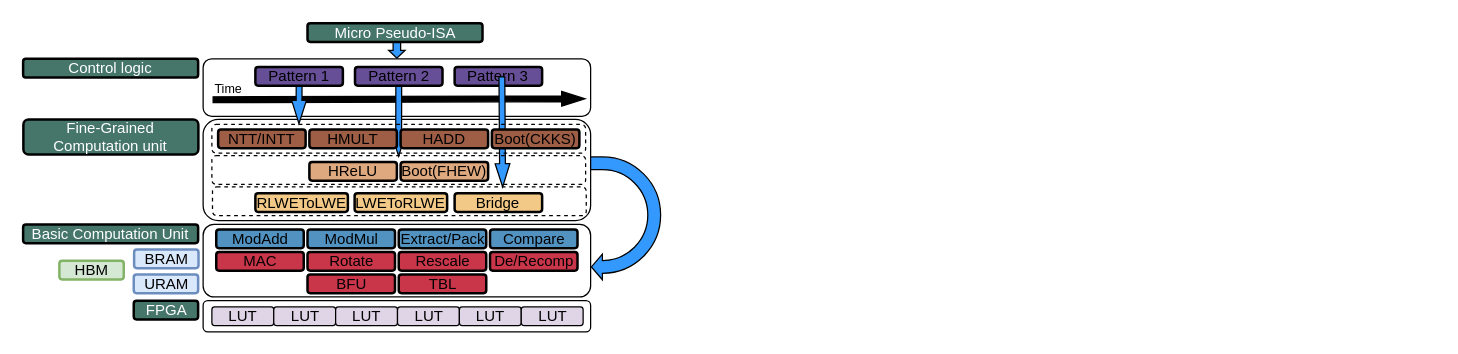
Before: DAC overall architecture.drawio in ZKY6662017/iodraw-files, a draw.io diagram. Source tidied: cells renumbered, new cells numbered last; positions are measured from the earlier drawing's top-left corner, leaving out a move shared by most shapes. Both pictures are drawn from the tidied source at 125%, with x=0, y=0 at pixel (22, 22).
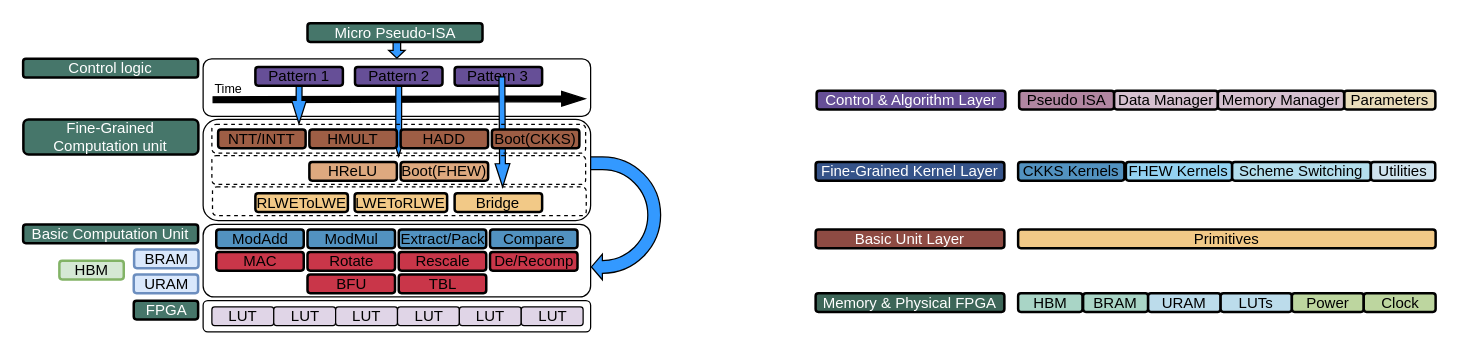
The same diagram, later.

What changed in the source:
```diff
@@
+    <mxCell id="52" value="Memory &amp;amp; Physical FPGA" style="rounded=1;whiteSpace=wrap;html=1;fontStyle=0;strokeWidth=2;strokeColor=#000000;fillColor=#3D6658;fontColor=#FFFFFF;" parent="1" vertex="1">
+      <mxGeometry x="634" y="216" width="151" height="15" as="geometry" />
+    </mxCell>
+    <mxCell id="53" value="Basic Unit Layer" style="rounded=1;whiteSpace=wrap;html=1;fontStyle=0;strokeWidth=2;strokeColor=#000000;fillColor=#8E4B43;fontColor=#FFFFFF;" parent="1" vertex="1">
+      <mxGeometry x="634" y="165" width="151" height="15" as="geometry" />
+    </mxCell>
+    <mxCell id="54" value="Fine-Grained Kernel Layer" style="rounded=1;whiteSpace=wrap;html=1;fontStyle=0;strokeWidth=2;strokeColor=#000000;fillColor=#355389;fontColor=#FFFFFF;" parent="1" vertex="1">
+      <mxGeometry x="634" y="111" width="151" height="15" as="geometry" />
+    </mxCell>
+    <mxCell id="55" value="Control &amp;amp; Algorithm Layer" style="rounded=1;whiteSpace=wrap;html=1;fontStyle=0;strokeWidth=2;strokeColor=#000000;fillColor=#664F97;fontColor=#FFFFFF;" parent="1" vertex="1">
+      <mxGeometry x="634.8" y="54" width="151" height="15" as="geometry" />
+    </mxCell>
+    <mxCell id="56" value="HBM" style="rounded=1;whiteSpace=wrap;html=1;strokeColor=#000000;fillColor=#A9D5C6;fontStyle=0;strokeWidth=2;" parent="1" vertex="1">
+      <mxGeometry x="796" y="216" width="51.5" height="15" as="geometry" />
+    </mxCell>
+    <mxCell id="57" value="BRAM" style="rounded=1;whiteSpace=wrap;html=1;strokeColor=#000000;fillColor=#A9D5C6;fontStyle=0;strokeWidth=2;" parent="1" vertex="1">
+      <mxGeometry x="848" y="216" width="52" height="15" as="geometry" />
+    </mxCell>
+    <mxCell id="58" value="URAM" style="rounded=1;whiteSpace=wrap;html=1;strokeColor=#000000;fillColor=#BCDCEB;fontStyle=0;strokeWidth=2;" parent="1" vertex="1">
+      <mxGeometry x="900" y="216" width="58" height="15" as="geometry" />
+    </mxCell>
+    <mxCell id="59" value="LUTs" style="rounded=1;whiteSpace=wrap;html=1;strokeColor=#000000;fillColor=#BCDCEB;fontStyle=0;strokeWidth=2;" parent="1" vertex="1">
+      <mxGeometry x="958" y="216" width="57" height="15" as="geometry" />
+    </mxCell>
+    <mxCell id="60" value="Primitives" style="rounded=1;whiteSpace=wrap;html=1;strokeColor=#000000;fillColor=#F2C987;fontStyle=0;strokeWidth=2;" parent="1" vertex="1">
+      <mxGeometry x="796" y="165" width="334" height="15" as="geometry" />
+    </mxCell>
+    <mxCell id="61" value="CKKS Kernels" style="rounded=1;whiteSpace=wrap;html=1;strokeColor=#000000;fillColor=#5292C0;fontStyle=0;strokeWidth=2;" parent="1" vertex="1">
+      <mxGeometry x="796" y="111" width="85" height="15" as="geometry" />
+    </mxCell>
+    <mxCell id="62" value="FHEW Kernels" style="rounded=1;whiteSpace=wrap;html=1;strokeColor=#000000;fillColor=#94D3F2;fontStyle=0;strokeWidth=2;" parent="1" vertex="1">
+      <mxGeometry x="882.2" y="111" width="85" height="15" as="geometry" />
+    </mxCell>
+    <mxCell id="63" value="Scheme Switching" style="rounded=1;whiteSpace=wrap;html=1;strokeColor=#000000;fillColor=#B3DEED;fontStyle=0;strokeWidth=2;" parent="1" vertex="1">
+      <mxGeometry x="967.2" y="111" width="111" height="15" as="geometry" />
+    </mxCell>
+    <mxCell id="64" value="Pseudo ISA" style="rounded=1;whiteSpace=wrap;html=1;strokeColor=#000000;fillColor=#B186A1;fontStyle=0;strokeWidth=2;" parent="1" vertex="1">
+      <mxGeometry x="796.8" y="54" width="76" height="15" as="geometry" />
+    </mxCell>
+    <mxCell id="65" value="Data Manager" style="rounded=1;whiteSpace=wrap;html=1;strokeColor=#000000;fillColor=#D5C0CF;fontStyle=0;strokeWidth=2;" parent="1" vertex="1">
+      <mxGeometry x="872.8" y="54" width="83" height="15" as="geometry" />
+    </mxCell>
+    <mxCell id="66" value="Parameters" style="rounded=1;whiteSpace=wrap;html=1;strokeColor=#000000;fillColor=#E9DCBA;fontStyle=0;strokeWidth=2;" parent="1" vertex="1">
+      <mxGeometry x="1056.8" y="54" width="73" height="15" as="geometry" />
+    </mxCell>
+    <mxCell id="67" value="Memory Manager" style="rounded=1;whiteSpace=wrap;html=1;strokeColor=#000000;fillColor=#D5C0CF;fontStyle=0;strokeWidth=2;" parent="1" vertex="1">
+      <mxGeometry x="955.8" y="54" width="101" height="15" as="geometry" />
+    </mxCell>
+    <mxCell id="68" value="Utilities" style="rounded=1;whiteSpace=wrap;html=1;strokeColor=#000000;fillColor=#CFE3EE;fontStyle=0;strokeWidth=2;" parent="1" vertex="1">
+      <mxGeometry x="1078.2" y="111" width="51.5" height="15" as="geometry" />
+    </mxCell>
+    <mxCell id="69" value="Power" style="rounded=1;whiteSpace=wrap;html=1;strokeColor=#000000;fillColor=#BDD69F;fontStyle=0;strokeWidth=2;" parent="1" vertex="1">
+      <mxGeometry x="1015" y="216" width="57.5" height="15" as="geometry" />
+    </mxCell>
+    <mxCell id="70" value="Clock" style="rounded=1;whiteSpace=wrap;html=1;strokeColor=#000000;fillColor=#BDD69F;fontStyle=0;strokeWidth=2;" parent="1" vertex="1">
+      <mxGeometry x="1072.5" y="216" width="57.5" height="15" as="geometry" />
+    </mxCell>
```
